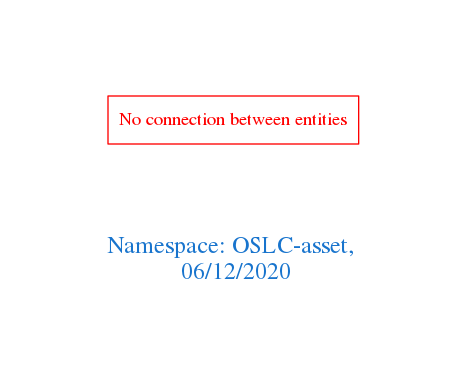
The Graphviz diagram downloads/OSLC-asset.png in arago/OGIT, before a commit. Its source is kept beside it as downloads/OSLC-asset.dot.
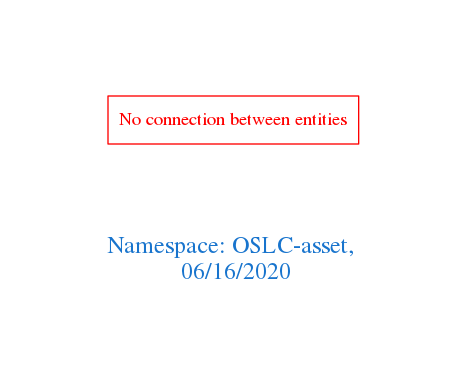
Later version of the same file.

What changed in the source:
```diff
@@ -1,7 +1,7 @@
 digraph OGIT_ontology {
  graph [ rankdir= LR,pad=1
 fontsize = 18,
-fontcolor= dodgerblue3,label = "\n\n\nNamespace: OSLC-asset, \n 06/12/2020"];
+fontcolor= dodgerblue3,label = "\n\n\nNamespace: OSLC-asset, \n 06/16/2020"];
 node[shape=polygon];
 edge [  color="gray81"];
 
```
